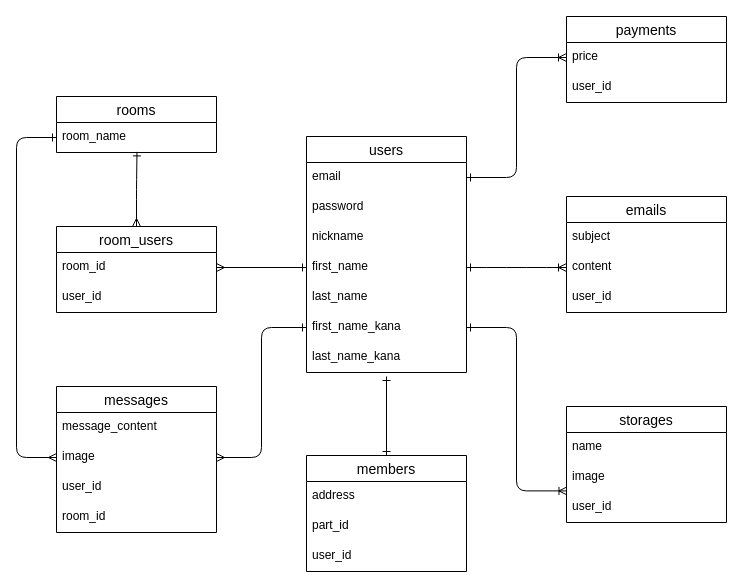
Earlier version of the draw.io diagram ER.dio (soya0128/Comcon). Source tidied: cells renumbered, new cells numbered last; positions are measured from the earlier drawing's top-left corner, leaving out a move shared by most shapes. Both pictures are drawn from the tidied source at 100%, with x=0, y=0 at pixel (16, 16).
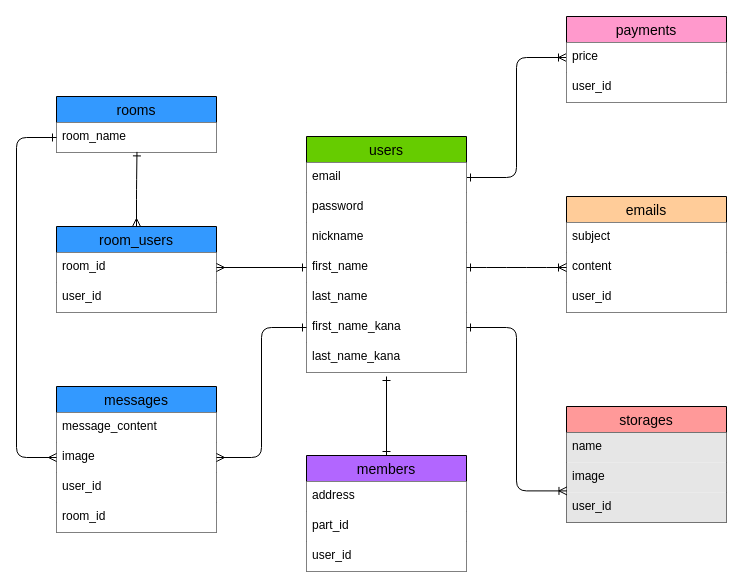
The same page after the edit.

Change to the diagram source:
```diff
@@
-    <mxCell id="3" value="users" style="swimlane;fontStyle=0;horizontal=1;startSize=26;align=center;fontSize=14;" parent="1" vertex="1">
+    <mxCell id="3" value="users" style="swimlane;fontStyle=0;horizontal=1;startSize=26;align=center;fontSize=14;fillColor=#66CC00;" parent="1" vertex="1">
       <mxGeometry x="290" y="120" width="160" height="236" as="geometry" />
     </mxCell>
-    <mxCell id="4" value="email" style="text;strokeColor=none;fillColor=none;spacingLeft=4;spacingRight=4;overflow=hidden;points=[[0,0.5],[1,0.5]];portConstraint=eastwest;fontSize=12;" parent="3" vertex="1">
+    <mxCell id="4" value="email" style="text;strokeColor=none;fillColor=#FFFFFF;spacingLeft=4;spacingRight=4;overflow=hidden;points=[[0,0.5],[1,0.5]];portConstraint=eastwest;fontSize=12;" parent="3" vertex="1">
       <mxGeometry y="26" width="160" height="30" as="geometry" />
     </mxCell>
-    <mxCell id="5" value="password" style="text;strokeColor=none;fillColor=none;spacingLeft=4;spacingRight=4;overflow=hidden;fontSize=12;" parent="3" vertex="1">
+    <mxCell id="5" value="password" style="text;strokeColor=none;fillColor=#FFFFFF;spacingLeft=4;spacingRight=4;overflow=hidden;fontSize=12;" parent="3" vertex="1">
       <mxGeometry y="56" width="160" height="30" as="geometry" />
     </mxCell>
-    <mxCell id="6" value="nickname" style="text;strokeColor=none;fillColor=none;spacingLeft=4;spacingRight=4;overflow=hidden;fontSize=12;" parent="3" vertex="1">
+    <mxCell id="6" value="nickname" style="text;strokeColor=none;fillColor=#FFFFFF;spacingLeft=4;spacingRight=4;overflow=hidden;fontSize=12;" parent="3" vertex="1">
       <mxGeometry y="86" width="160" height="30" as="geometry" />
     </mxCell>
-    <mxCell id="7" value="first_name" style="text;strokeColor=none;fillColor=none;spacingLeft=4;spacingRight=4;overflow=hidden;points=[[0,0.5],[1,0.5]];portConstraint=eastwest;fontSize=12;" parent="3" vertex="1">
+    <mxCell id="7" value="first_name" style="text;strokeColor=none;fillColor=#FFFFFF;spacingLeft=4;spacingRight=4;overflow=hidden;points=[[0,0.5],[1,0.5]];portConstraint=eastwest;fontSize=12;" parent="3" vertex="1">
       <mxGeometry y="116" width="160" height="30" as="geometry" />
     </mxCell>
-    <mxCell id="8" value="last_name" style="text;strokeColor=none;fillColor=none;spacingLeft=4;spacingRight=4;overflow=hidden;fontSize=12;" parent="3" vertex="1">
+    <mxCell id="8" value="last_name" style="text;strokeColor=none;fillColor=#FFFFFF;spacingLeft=4;spacingRight=4;overflow=hidden;fontSize=12;" parent="3" vertex="1">
       <mxGeometry y="146" width="160" height="30" as="geometry" />
     </mxCell>
-    <mxCell id="9" value="first_name_kana" style="text;strokeColor=none;fillColor=none;spacingLeft=4;spacingRight=4;overflow=hidden;points=[[0,0.5],[1,0.5]];portConstraint=eastwest;fontSize=12;" parent="3" vertex="1">
+    <mxCell id="9" value="first_name_kana" style="text;strokeColor=none;fillColor=#FFFFFF;spacingLeft=4;spacingRight=4;overflow=hidden;points=[[0,0.5],[1,0.5]];portConstraint=eastwest;fontSize=12;" parent="3" vertex="1">
       <mxGeometry y="176" width="160" height="30" as="geometry" />
     </mxCell>
-    <mxCell id="10" value="last_name_kana" style="text;strokeColor=none;fillColor=none;spacingLeft=4;spacingRight=4;overflow=hidden;fontSize=12;" parent="3" vertex="1">
+    <mxCell id="10" value="last_name_kana" style="text;strokeColor=none;fillColor=#FFFFFF;spacingLeft=4;spacingRight=4;overflow=hidden;fontSize=12;" parent="3" vertex="1">
       <mxGeometry y="206" width="160" height="30" as="geometry" />
     </mxCell>
@@
-    <mxCell id="12" value="members" style="swimlane;fontStyle=0;horizontal=1;startSize=26;align=center;fontSize=14;" parent="1" vertex="1">
+    <mxCell id="12" value="members" style="swimlane;fontStyle=0;horizontal=1;startSize=26;align=center;fontSize=14;fillColor=#B266FF;" parent="1" vertex="1">
       <mxGeometry x="290" y="439" width="160" height="116" as="geometry" />
     </mxCell>
-    <mxCell id="13" value="address" style="text;strokeColor=none;fillColor=none;spacingLeft=4;spacingRight=4;overflow=hidden;fontSize=12;" parent="12" vertex="1">
+    <mxCell id="13" value="address" style="text;strokeColor=none;fillColor=#FFFFFF;spacingLeft=4;spacingRight=4;overflow=hidden;fontSize=12;" parent="12" vertex="1">
       <mxGeometry y="26" width="160" height="30" as="geometry" />
     </mxCell>
-    <mxCell id="14" value="part_id" style="text;strokeColor=none;fillColor=none;spacingLeft=4;spacingRight=4;overflow=hidden;fontSize=12;" parent="12" vertex="1">
+    <mxCell id="14" value="part_id" style="text;strokeColor=none;fillColor=#FFFFFF;spacingLeft=4;spacingRight=4;overflow=hidden;fontSize=12;" parent="12" vertex="1">
       <mxGeometry y="56" width="160" height="30" as="geometry" />
     </mxCell>
-    <mxCell id="15" value="user_id" style="text;strokeColor=none;fillColor=none;spacingLeft=4;spacingRight=4;overflow=hidden;fontSize=12;" parent="12" vertex="1">
+    <mxCell id="15" value="user_id" style="text;strokeColor=none;fillColor=#FFFFFF;spacingLeft=4;spacingRight=4;overflow=hidden;fontSize=12;" parent="12" vertex="1">
       <mxGeometry y="86" width="160" height="30" as="geometry" />
     </mxCell>
-    <mxCell id="16" value="payments" style="swimlane;fontStyle=0;horizontal=1;startSize=26;align=center;fontSize=14;" parent="1" vertex="1">
+    <mxCell id="16" value="payments" style="swimlane;fontStyle=0;horizontal=1;startSize=26;align=center;fontSize=14;fillColor=#FF99CC;" parent="1" vertex="1">
       <mxGeometry x="550" width="160" height="86" as="geometry" />
     </mxCell>
-    <mxCell id="17" value="price" style="text;strokeColor=none;fillColor=none;spacingLeft=4;spacingRight=4;overflow=hidden;points=[[0,0.5],[1,0.5]];portConstraint=eastwest;fontSize=12;" parent="16" vertex="1">
+    <mxCell id="17" value="price" style="text;strokeColor=none;fillColor=#FFFFFF;spacingLeft=4;spacingRight=4;overflow=hidden;points=[[0,0.5],[1,0.5]];portConstraint=eastwest;fontSize=12;" parent="16" vertex="1">
       <mxGeometry y="26" width="160" height="30" as="geometry" />
     </mxCell>
-    <mxCell id="18" value="user_id" style="text;strokeColor=none;fillColor=none;spacingLeft=4;spacingRight=4;overflow=hidden;fontSize=12;" parent="16" vertex="1">
+    <mxCell id="18" value="user_id" style="text;strokeColor=none;fillColor=#FFFFFF;spacingLeft=4;spacingRight=4;overflow=hidden;fontSize=12;" parent="16" vertex="1">
       <mxGeometry y="56" width="160" height="30" as="geometry" />
     </mxCell>
-    <mxCell id="19" value="emails" style="swimlane;fontStyle=0;horizontal=1;startSize=26;align=center;fontSize=14;" parent="1" vertex="1">
+    <mxCell id="19" value="emails" style="swimlane;fontStyle=0;horizontal=1;startSize=26;align=center;fontSize=14;fillColor=#FFCC99;" parent="1" vertex="1">
       <mxGeometry x="550" y="180" width="160" height="116" as="geometry" />
     </mxCell>
-    <mxCell id="20" value="subject" style="text;strokeColor=none;fillColor=none;spacingLeft=4;spacingRight=4;overflow=hidden;fontSize=12;" parent="19" vertex="1">
+    <mxCell id="20" value="subject" style="text;strokeColor=none;fillColor=#FFFFFF;spacingLeft=4;spacingRight=4;overflow=hidden;fontSize=12;" parent="19" vertex="1">
       <mxGeometry y="26" width="160" height="30" as="geometry" />
     </mxCell>
-    <mxCell id="21" value="content" style="text;strokeColor=none;fillColor=none;spacingLeft=4;spacingRight=4;overflow=hidden;points=[[0,0.5],[1,0.5]];portConstraint=eastwest;fontSize=12;" parent="19" vertex="1">
+    <mxCell id="21" value="content" style="text;strokeColor=none;fillColor=#FFFFFF;spacingLeft=4;spacingRight=4;overflow=hidden;points=[[0,0.5],[1,0.5]];portConstraint=eastwest;fontSize=12;" parent="19" vertex="1">
       <mxGeometry y="56" width="160" height="30" as="geometry" />
     </mxCell>
-    <mxCell id="22" value="user_id" style="text;strokeColor=none;fillColor=none;spacingLeft=4;spacingRight=4;overflow=hidden;fontSize=12;" parent="19" vertex="1">
+    <mxCell id="22" value="user_id" style="text;strokeColor=none;fillColor=#FFFFFF;spacingLeft=4;spacingRight=4;overflow=hidden;fontSize=12;" parent="19" vertex="1">
       <mxGeometry y="86" width="160" height="30" as="geometry" />
     </mxCell>
-    <mxCell id="23" value="storages" style="swimlane;fontStyle=0;horizontal=1;startSize=26;align=center;fontSize=14;" parent="1" vertex="1">
+    <mxCell id="23" value="storages" style="swimlane;fontStyle=0;horizontal=1;startSize=26;align=center;fontSize=14;fillColor=#FF9999;" parent="1" vertex="1">
       <mxGeometry x="550" y="390" width="160" height="116" as="geometry" />
     </mxCell>
-    <mxCell id="24" value="name" style="text;strokeColor=none;fillColor=none;spacingLeft=4;spacingRight=4;overflow=hidden;fontSize=12;" parent="23" vertex="1">
+    <mxCell id="24" value="name" style="text;strokeColor=none;fillColor=#E6E6E6;spacingLeft=4;spacingRight=4;overflow=hidden;fontSize=12;" parent="23" vertex="1">
       <mxGeometry y="26" width="160" height="30" as="geometry" />
     </mxCell>
-    <mxCell id="25" value="image" style="text;strokeColor=none;fillColor=none;spacingLeft=4;spacingRight=4;overflow=hidden;fontSize=12;" parent="23" vertex="1">
+    <mxCell id="25" value="image" style="text;strokeColor=none;fillColor=#E6E6E6;spacingLeft=4;spacingRight=4;overflow=hidden;fontSize=12;" parent="23" vertex="1">
       <mxGeometry y="56" width="160" height="30" as="geometry" />
     </mxCell>
-    <mxCell id="26" value="user_id" style="text;strokeColor=none;fillColor=none;spacingLeft=4;spacingRight=4;overflow=hidden;points=[[0,0.5],[1,0.5]];portConstraint=eastwest;fontSize=12;" parent="23" vertex="1">
+    <mxCell id="26" value="user_id" style="text;strokeColor=none;fillColor=#E6E6E6;spacingLeft=4;spacingRight=4;overflow=hidden;points=[[0,0.5],[1,0.5]];portConstraint=eastwest;fontSize=12;" parent="23" vertex="1">
       <mxGeometry y="86" width="160" height="30" as="geometry" />
     </mxCell>
-    <mxCell id="27" value="rooms" style="swimlane;fontStyle=0;horizontal=1;startSize=26;align=center;fontSize=14;" parent="1" vertex="1">
+    <mxCell id="27" value="rooms" style="swimlane;fontStyle=0;horizontal=1;startSize=26;align=center;fontSize=14;fillColor=#3399FF;" parent="1" vertex="1">
       <mxGeometry x="40" y="80" width="160" height="56" as="geometry" />
     </mxCell>
-    <mxCell id="28" value="room_name" style="text;strokeColor=none;fillColor=none;spacingLeft=4;spacingRight=4;overflow=hidden;points=[[0,0.5],[1,0.5]];portConstraint=eastwest;fontSize=12;" parent="27" vertex="1">
+    <mxCell id="28" value="room_name" style="text;strokeColor=none;fillColor=#FFFFFF;spacingLeft=4;spacingRight=4;overflow=hidden;points=[[0,0.5],[1,0.5]];portConstraint=eastwest;fontSize=12;" parent="27" vertex="1">
       <mxGeometry y="26" width="160" height="30" as="geometry" />
     </mxCell>
@@
-    <mxCell id="30" value="room_users" style="swimlane;fontStyle=0;horizontal=1;startSize=26;align=center;fontSize=14;" parent="1" vertex="1">
+    <mxCell id="30" value="room_users" style="swimlane;fontStyle=0;horizontal=1;startSize=26;align=center;fontSize=14;fillColor=#3399FF;" parent="1" vertex="1">
       <mxGeometry x="40" y="210" width="160" height="86" as="geometry" />
     </mxCell>
-    <mxCell id="31" value="room_id" style="text;strokeColor=none;fillColor=none;spacingLeft=4;spacingRight=4;overflow=hidden;points=[[0,0.5],[1,0.5]];portConstraint=eastwest;fontSize=12;" parent="30" vertex="1">
+    <mxCell id="31" value="room_id" style="text;strokeColor=none;fillColor=#FFFFFF;spacingLeft=4;spacingRight=4;overflow=hidden;points=[[0,0.5],[1,0.5]];portConstraint=eastwest;fontSize=12;" parent="30" vertex="1">
       <mxGeometry y="26" width="160" height="30" as="geometry" />
     </mxCell>
-    <mxCell id="32" value="user_id" style="text;strokeColor=none;fillColor=none;spacingLeft=4;spacingRight=4;overflow=hidden;fontSize=12;" parent="30" vertex="1">
+    <mxCell id="32" value="user_id" style="text;strokeColor=none;fillColor=#FFFFFF;spacingLeft=4;spacingRight=4;overflow=hidden;fontSize=12;" parent="30" vertex="1">
       <mxGeometry y="56" width="160" height="30" as="geometry" />
     </mxCell>
-    <mxCell id="33" value="messages" style="swimlane;fontStyle=0;horizontal=1;startSize=26;align=center;fontSize=14;" parent="1" vertex="1">
+    <mxCell id="33" value="messages" style="swimlane;fontStyle=0;horizontal=1;startSize=26;align=center;fontSize=14;fillColor=#3399FF;" parent="1" vertex="1">
       <mxGeometry x="40" y="370" width="160" height="146" as="geometry" />
     </mxCell>
-    <mxCell id="34" value="message_content" style="text;strokeColor=none;fillColor=none;spacingLeft=4;spacingRight=4;overflow=hidden;fontSize=12;" parent="33" vertex="1">
+    <mxCell id="34" value="message_content" style="text;strokeColor=none;fillColor=#FFFFFF;spacingLeft=4;spacingRight=4;overflow=hidden;fontSize=12;" parent="33" vertex="1">
       <mxGeometry y="26" width="160" height="30" as="geometry" />
     </mxCell>
-    <mxCell id="35" value="image" style="text;strokeColor=none;fillColor=none;spacingLeft=4;spacingRight=4;overflow=hidden;points=[[0,0.5],[1,0.5]];portConstraint=eastwest;fontSize=12;" parent="33" vertex="1">
+    <mxCell id="35" value="image" style="text;strokeColor=none;fillColor=#FFFFFF;spacingLeft=4;spacingRight=4;overflow=hidden;points=[[0,0.5],[1,0.5]];portConstraint=eastwest;fontSize=12;" parent="33" vertex="1">
       <mxGeometry y="56" width="160" height="30" as="geometry" />
     </mxCell>
-    <mxCell id="36" value="user_id" style="text;strokeColor=none;fillColor=none;spacingLeft=4;spacingRight=4;overflow=hidden;fontSize=12;" parent="33" vertex="1">
+    <mxCell id="36" value="user_id" style="text;strokeColor=none;fillColor=#FFFFFF;spacingLeft=4;spacingRight=4;overflow=hidden;fontSize=12;" parent="33" vertex="1">
       <mxGeometry y="86" width="160" height="30" as="geometry" />
     </mxCell>
-    <mxCell id="37" value="room_id" style="text;strokeColor=none;fillColor=none;spacingLeft=4;spacingRight=4;overflow=hidden;fontSize=12;" parent="33" vertex="1">
+    <mxCell id="37" value="room_id" style="text;strokeColor=none;fillColor=#FFFFFF;spacingLeft=4;spacingRight=4;overflow=hidden;fontSize=12;" parent="33" vertex="1">
       <mxGeometry y="116" width="160" height="30" as="geometry" />
     </mxCell>
```
